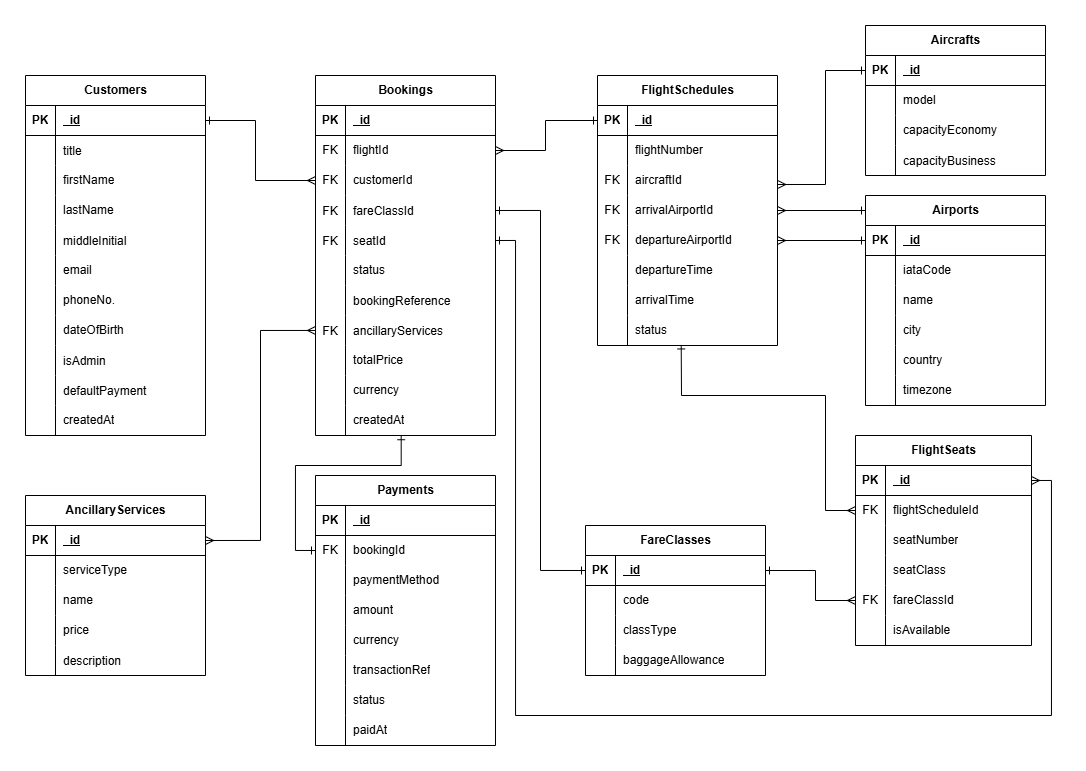
TheAngelSabathiel/MCP_Project_GitSetGo keeps this draw.io diagram as ERD/AirlinesERD.png. Above is the earlier version. Source tidied: cells renumbered, new cells last; positions are measured from the earlier drawing's top-left corner, leaving out a move shared by most shapes.
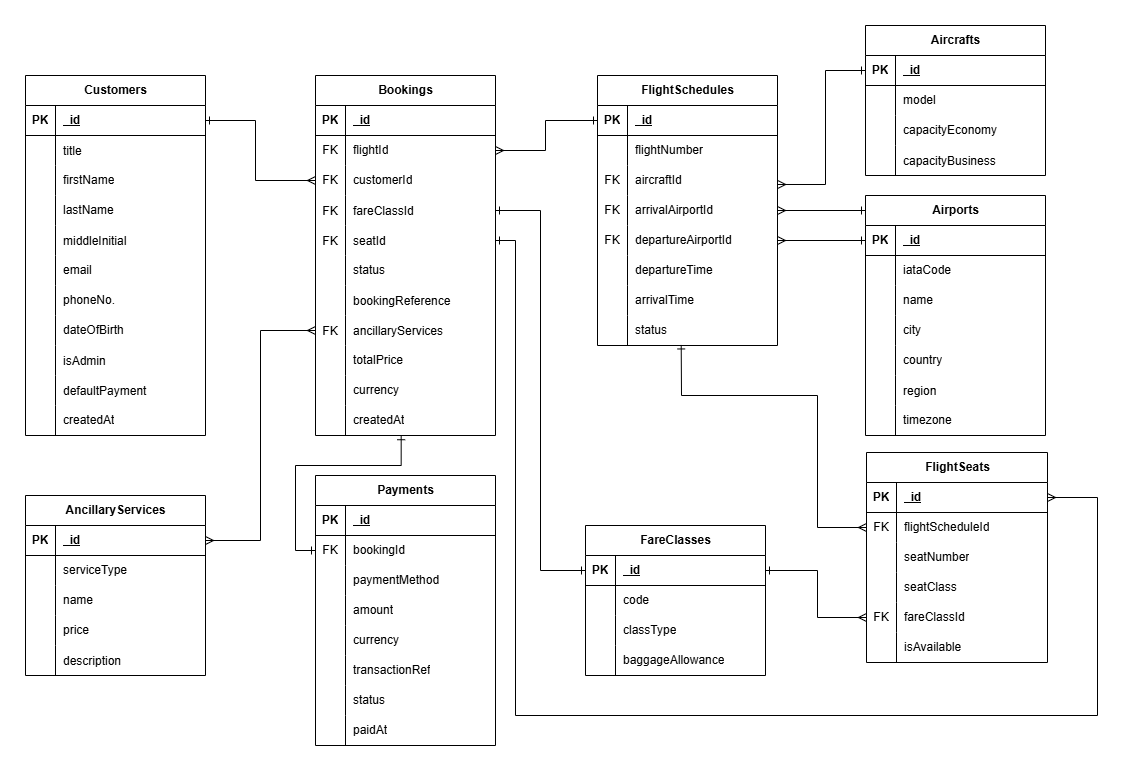
Later version of the same file.

Diff of the diagram source:
```diff
@@ -105,7 +105,7 @@
       <mxGeometry x="30" width="150" height="30" as="geometry" />
     </mxCell>
     <mxCell id="36" value="Airports" style="shape=table;startSize=30;rowLines=0;fontStyle=1;align=center;html=1;" parent="1" vertex="1">
-      <mxGeometry x="840" y="170" width="180" height="210" as="geometry" />
+      <mxGeometry x="840" y="170" width="180" height="240" as="geometry" />
     </mxCell>
     <mxCell id="37" style="shape=tableRow;horizontal=0;startSize=0;swimlaneHead=0;swimlaneBody=0;fillColor=none;points=[[0,0.5],[1,0.5]];portConstraint=eastwest;top=0;left=0;right=0;bottom=1;" parent="36" vertex="1">
       <mxGeometry y="30" width="180" height="30" as="geometry" />
@@ -152,8 +152,17 @@
     <mxCell id="51" value="country" style="shape=partialRectangle;fillColor=none;top=0;left=0;bottom=0;right=0;align=left;spacingLeft=6;overflow=hidden;whiteSpace=wrap;html=1;" parent="49" vertex="1">
       <mxGeometry x="30" width="150" height="30" as="geometry" />
     </mxCell>
+    <mxCell id="211" style="shape=tableRow;horizontal=0;startSize=0;swimlaneHead=0;swimlaneBody=0;fillColor=none;top=0;left=0;right=0;bottom=0;" parent="36" vertex="1">
+      <mxGeometry y="180" width="180" height="30" as="geometry" />
+    </mxCell>
+    <mxCell id="212" style="shape=partialRectangle;fillColor=none;top=0;left=0;bottom=0;right=0;overflow=hidden;" parent="211" vertex="1">
+      <mxGeometry width="30" height="30" as="geometry" />
+    </mxCell>
+    <mxCell id="213" value="region" style="shape=partialRectangle;fillColor=none;top=0;left=0;bottom=0;right=0;align=left;spacingLeft=6;overflow=hidden;" parent="211" vertex="1">
+      <mxGeometry x="30" width="150" height="30" as="geometry" />
+    </mxCell>
     <mxCell id="52" style="shape=tableRow;horizontal=0;startSize=0;swimlaneHead=0;swimlaneBody=0;fillColor=none;top=0;left=0;right=0;bottom=0;" parent="36" vertex="1">
-      <mxGeometry y="180" width="180" height="30" as="geometry" />
+      <mxGeometry y="210" width="180" height="30" as="geometry" />
     </mxCell>
     <mxCell id="53" style="shape=partialRectangle;fillColor=none;top=0;left=0;bottom=0;right=0;overflow=hidden;whiteSpace=wrap;html=1;" parent="52" vertex="1">
       <mxGeometry width="30" height="30" as="geometry" />
@@ -492,61 +501,61 @@
       <mxGeometry x="30" width="150" height="30" as="geometry" />
     </mxCell>
     <mxCell id="165" value="FlightSeats" style="shape=table;startSize=30;rowLines=0;fontStyle=1;align=center;html=1;" parent="1" vertex="1">
-      <mxGeometry x="830" y="410" width="176" height="210" as="geometry" />
+      <mxGeometry x="841" y="427" width="181" height="210" as="geometry" />
     </mxCell>
     <mxCell id="166" style="shape=tableRow;horizontal=0;startSize=0;swimlaneHead=0;swimlaneBody=0;fillColor=none;points=[[0,0.5],[1,0.5]];portConstraint=eastwest;top=0;left=0;right=0;bottom=1;" parent="165" vertex="1">
-      <mxGeometry y="30" width="176" height="30" as="geometry" />
+      <mxGeometry y="30" width="181" height="30" as="geometry" />
     </mxCell>
     <mxCell id="167" value="PK" style="shape=partialRectangle;fillColor=none;top=0;left=0;bottom=0;right=0;fontStyle=1;overflow=hidden;whiteSpace=wrap;html=1;" parent="166" vertex="1">
       <mxGeometry width="30" height="30" as="geometry" />
     </mxCell>
     <mxCell id="168" value="&amp;nbsp; id" style="shape=partialRectangle;fillColor=none;top=0;left=0;bottom=0;right=0;align=left;spacingLeft=6;fontStyle=5;overflow=hidden;whiteSpace=wrap;html=1;" parent="166" vertex="1">
-      <mxGeometry x="30" width="146" height="30" as="geometry" />
+      <mxGeometry x="30" width="151" height="30" as="geometry" />
     </mxCell>
     <mxCell id="169" style="shape=tableRow;horizontal=0;startSize=0;swimlaneHead=0;swimlaneBody=0;fillColor=none;points=[[0,0.5],[1,0.5]];portConstraint=eastwest;top=0;left=0;right=0;bottom=0;" parent="165" vertex="1">
-      <mxGeometry y="60" width="176" height="30" as="geometry" />
+      <mxGeometry y="60" width="181" height="30" as="geometry" />
     </mxCell>
     <mxCell id="170" value="&lt;span style=&quot;text-wrap-mode: nowrap;&quot;&gt;FK&lt;/span&gt;" style="shape=partialRectangle;fillColor=none;top=0;left=0;bottom=0;right=0;overflow=hidden;whiteSpace=wrap;html=1;" parent="169" vertex="1">
       <mxGeometry width="30" height="30" as="geometry" />
     </mxCell>
     <mxCell id="171" value="flightScheduleId" style="shape=partialRectangle;fillColor=none;top=0;left=0;bottom=0;right=0;align=left;spacingLeft=6;overflow=hidden;whiteSpace=wrap;html=1;" parent="169" vertex="1">
-      <mxGeometry x="30" width="146" height="30" as="geometry" />
+      <mxGeometry x="30" width="151" height="30" as="geometry" />
     </mxCell>
     <mxCell id="172" style="shape=tableRow;horizontal=0;startSize=0;swimlaneHead=0;swimlaneBody=0;fillColor=none;top=0;left=0;right=0;bottom=0;" parent="165" vertex="1">
-      <mxGeometry y="90" width="176" height="30" as="geometry" />
+      <mxGeometry y="90" width="181" height="30" as="geometry" />
     </mxCell>
     <mxCell id="173" style="shape=partialRectangle;fillColor=none;top=0;left=0;bottom=0;right=0;overflow=hidden;whiteSpace=wrap;html=1;" parent="172" vertex="1">
       <mxGeometry width="30" height="30" as="geometry" />
     </mxCell>
     <mxCell id="174" value="seatNumber" style="shape=partialRectangle;fillColor=none;top=0;left=0;bottom=0;right=0;align=left;spacingLeft=6;overflow=hidden;whiteSpace=wrap;html=1;" parent="172" vertex="1">
-      <mxGeometry x="30" width="146" height="30" as="geometry" />
+      <mxGeometry x="30" width="151" height="30" as="geometry" />
     </mxCell>
     <mxCell id="175" style="shape=tableRow;horizontal=0;startSize=0;swimlaneHead=0;swimlaneBody=0;fillColor=none;top=0;left=0;right=0;bottom=0;" parent="165" vertex="1">
-      <mxGeometry y="120" width="176" height="30" as="geometry" />
+      <mxGeometry y="120" width="181" height="30" as="geometry" />
     </mxCell>
     <mxCell id="176" style="shape=partialRectangle;fillColor=none;top=0;left=0;bottom=0;right=0;overflow=hidden;whiteSpace=wrap;html=1;" parent="175" vertex="1">
       <mxGeometry width="30" height="30" as="geometry" />
     </mxCell>
     <mxCell id="177" value="seatClass" style="shape=partialRectangle;fillColor=none;top=0;left=0;bottom=0;right=0;align=left;spacingLeft=6;overflow=hidden;whiteSpace=wrap;html=1;" parent="175" vertex="1">
-      <mxGeometry x="30" width="146" height="30" as="geometry" />
+      <mxGeometry x="30" width="151" height="30" as="geometry" />
     </mxCell>
     <mxCell id="178" style="shape=tableRow;horizontal=0;startSize=0;swimlaneHead=0;swimlaneBody=0;fillColor=none;points=[[0,0.5],[1,0.5]];portConstraint=eastwest;top=0;left=0;right=0;bottom=0;" parent="165" vertex="1">
-      <mxGeometry y="150" width="176" height="30" as="geometry" />
+      <mxGeometry y="150" width="181" height="30" as="geometry" />
     </mxCell>
     <mxCell id="179" value="&lt;span style=&quot;text-wrap-mode: nowrap;&quot;&gt;FK&lt;/span&gt;" style="shape=partialRectangle;fillColor=none;top=0;left=0;bottom=0;right=0;overflow=hidden;whiteSpace=wrap;html=1;" parent="178" vertex="1">
       <mxGeometry width="30" height="30" as="geometry" />
     </mxCell>
     <mxCell id="180" value="fareClassId" style="shape=partialRectangle;fillColor=none;top=0;left=0;bottom=0;right=0;align=left;spacingLeft=6;overflow=hidden;whiteSpace=wrap;html=1;" parent="178" vertex="1">
-      <mxGeometry x="30" width="146" height="30" as="geometry" />
+      <mxGeometry x="30" width="151" height="30" as="geometry" />
     </mxCell>
     <mxCell id="181" style="shape=tableRow;horizontal=0;startSize=0;swimlaneHead=0;swimlaneBody=0;fillColor=none;top=0;left=0;right=0;bottom=0;" parent="165" vertex="1">
-      <mxGeometry y="180" width="176" height="30" as="geometry" />
+      <mxGeometry y="180" width="181" height="30" as="geometry" />
     </mxCell>
     <mxCell id="182" style="shape=partialRectangle;fillColor=none;top=0;left=0;bottom=0;right=0;overflow=hidden;whiteSpace=wrap;html=1;" parent="181" vertex="1">
       <mxGeometry width="30" height="30" as="geometry" />
     </mxCell>
     <mxCell id="183" value="isAvailable" style="shape=partialRectangle;fillColor=none;top=0;left=0;bottom=0;right=0;align=left;spacingLeft=6;overflow=hidden;whiteSpace=wrap;html=1;" parent="181" vertex="1">
-      <mxGeometry x="30" width="146" height="30" as="geometry" />
+      <mxGeometry x="30" width="151" height="30" as="geometry" />
     </mxCell>
     <mxCell id="184" style="fontSize=12;html=1;endArrow=ERmany;rounded=0;exitX=1;exitY=0.5;exitDx=0;exitDy=0;entryX=0;entryY=0.5;entryDx=0;entryDy=0;startArrow=ERone;startFill=0;endFill=0;" parent="1" edge="1" source="3" target="75">
       <mxGeometry relative="1" as="geometry">
@@ -593,16 +602,16 @@
       <mxGeometry relative="1" as="geometry">
         <Array as="points">
           <mxPoint x="656" y="370" />
-          <mxPoint x="800" y="370" />
-          <mxPoint x="800" y="485" />
+          <mxPoint x="792" y="370" />
+          <mxPoint x="792" y="502" />
         </Array>
       </mxGeometry>
     </mxCell>
     <mxCell id="191" style="fontSize=12;html=1;endArrow=ERmany;rounded=0;exitX=1;exitY=0.5;exitDx=0;exitDy=0;entryX=0;entryY=0.5;entryDx=0;entryDy=0;startArrow=ERone;startFill=0;endFill=0;" parent="1" edge="1" source="128" target="178">
       <mxGeometry relative="1" as="geometry">
         <Array as="points">
-          <mxPoint x="790" y="545" />
-          <mxPoint x="790" y="575" />
+          <mxPoint x="792" y="545" />
+          <mxPoint x="792" y="592" />
         </Array>
       </mxGeometry>
     </mxCell>
@@ -614,8 +623,8 @@
         <Array as="points">
           <mxPoint x="490" y="215" />
           <mxPoint x="490" y="690" />
-          <mxPoint x="1026" y="690" />
-          <mxPoint x="1026" y="455" />
+          <mxPoint x="1072" y="690" />
+          <mxPoint x="1072" y="472" />
         </Array>
       </mxGeometry>
     </mxCell>
```
